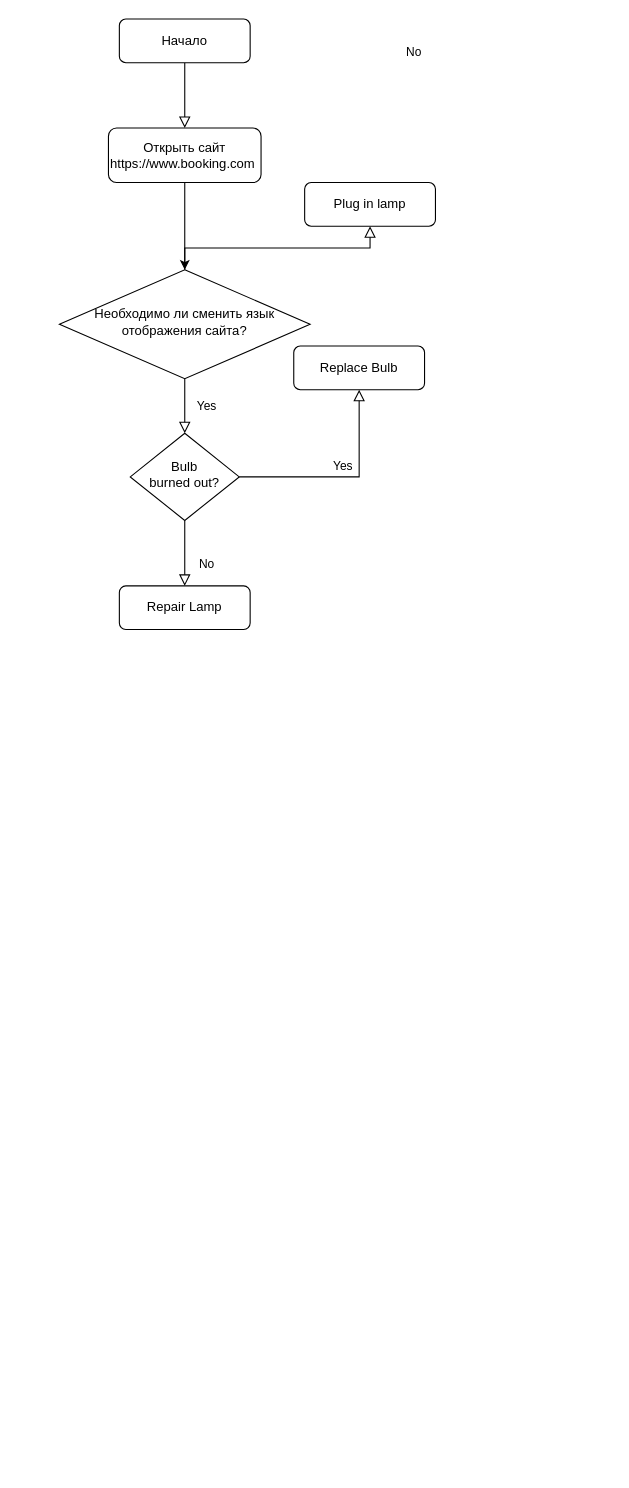
msaksanen/md-nd1-59-22-hw-dotnet-NemtsovML keeps this draw.io diagram as Untitled Diagram.drawio. Above is the earlier version. Source tidied: cells renumbered, new cells numbered last; positions are measured from the earlier drawing's top-left corner, leaving out a move shared by most shapes. Both pictures are drawn from the tidied source at 109%, with x=0, y=0 at pixel (59, 19).
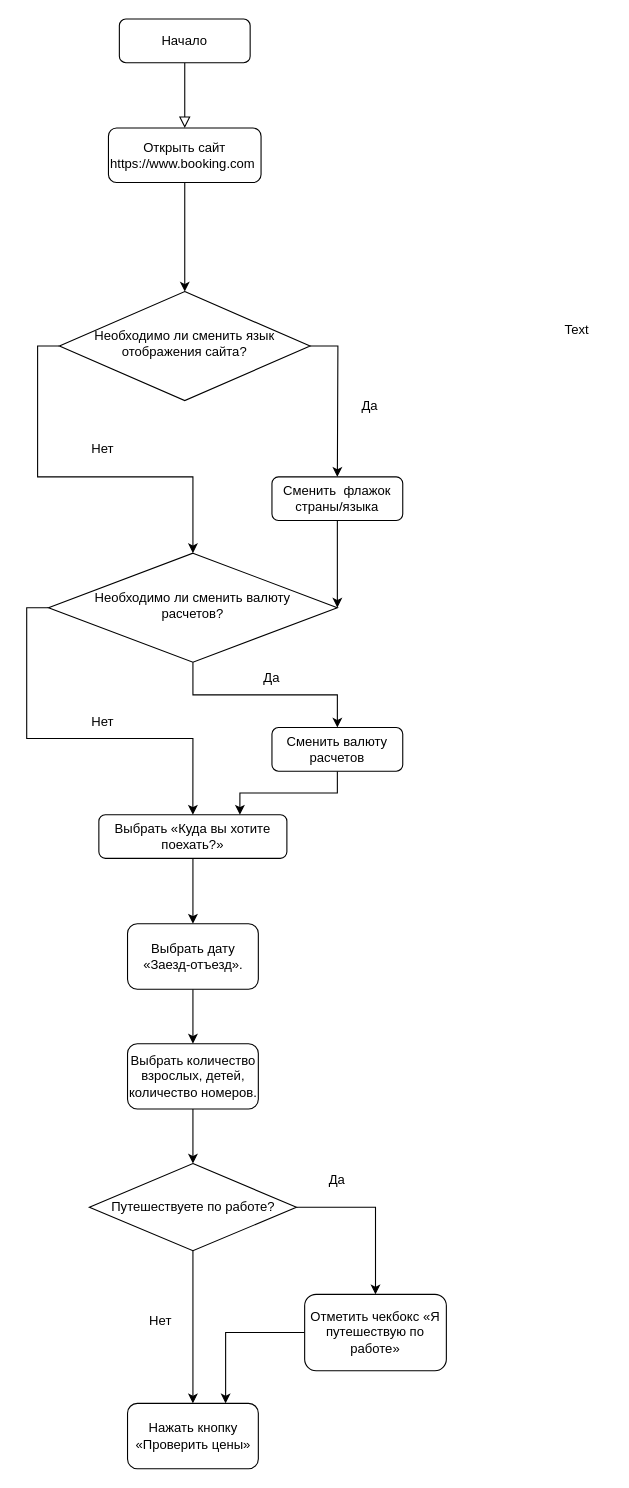
The same page after the edit.

The edit, as a diff of the source:
```diff
@@
+    <mxCell id="15" style="edgeStyle=orthogonalEdgeStyle;rounded=0;jettySize=auto;html=1;" parent="1" edge="1" source="6">
+      <mxGeometry relative="1" as="geometry">
+        <mxPoint x="255" y="420" as="targetPoint" />
+      </mxGeometry>
+    </mxCell>
-    <mxCell id="4" value="Yes" style="rounded=0;html=1;jettySize=auto;fontSize=11;endArrow=block;endFill=0;endSize=8;strokeWidth=1;shadow=0;labelBackgroundColor=none;edgeStyle=orthogonalEdgeStyle;" parent="1" edge="1" source="6" target="10">
-      <mxGeometry y="20" relative="1" as="geometry" />
+    <mxCell id="4" style="edgeStyle=orthogonalEdgeStyle;rounded=0;jettySize=auto;html=1;exitX=0;exitY=0.5;exitDx=0;exitDy=0;entryX=0.5;entryY=0;entryDx=0;entryDy=0;" parent="1" edge="1" source="6" target="10">
+      <mxGeometry relative="1" as="geometry" />
     </mxCell>
-    <mxCell id="5" value="No" style="edgeStyle=orthogonalEdgeStyle;rounded=0;html=1;jettySize=auto;fontSize=11;endArrow=block;endFill=0;endSize=8;strokeWidth=1;shadow=0;labelBackgroundColor=none;" parent="1" edge="1" source="6" target="7">
-      <mxGeometry x="1" y="-165" relative="1" as="geometry">
-        <mxPoint x="-125" y="-160" as="offset" />
-      </mxGeometry>
-    </mxCell>
     <mxCell id="6" value="Необходимо ли сменить язык отображения сайта?" style="rhombus;whiteSpace=wrap;html=1;shadow=0;fontFamily=Helvetica;fontSize=12;align=center;strokeWidth=1;spacing=6;spacingTop=-4;" parent="1" vertex="1">
-      <mxGeometry y="230" width="230" height="100" as="geometry" />
+      <mxGeometry y="250" width="230" height="100" as="geometry" />
     </mxCell>
+    <mxCell id="16" style="edgeStyle=orthogonalEdgeStyle;rounded=0;jettySize=auto;html=1;exitX=0.5;exitY=1;exitDx=0;exitDy=0;entryX=1;entryY=0.5;entryDx=0;entryDy=0;" parent="1" edge="1" source="7" target="10">
+      <mxGeometry relative="1" as="geometry">
+        <Array as="points">
+          <mxPoint x="255" y="490" />
+          <mxPoint x="255" y="490" />
+        </Array>
+      </mxGeometry>
+    </mxCell>
-    <mxCell id="7" value="Plug in lamp" style="rounded=1;whiteSpace=wrap;html=1;fontSize=12;glass=0;strokeWidth=1;shadow=0;" parent="1" vertex="1">
-      <mxGeometry x="225" y="150" width="120" height="40" as="geometry" />
+    <mxCell id="7" value="Сменить&amp;nbsp; флажок страны/языка" style="rounded=1;whiteSpace=wrap;html=1;fontSize=12;glass=0;strokeWidth=1;shadow=0;" parent="1" vertex="1">
+      <mxGeometry x="195" y="420" width="120" height="40" as="geometry" />
     </mxCell>
-    <mxCell id="8" value="No" style="rounded=0;html=1;jettySize=auto;fontSize=11;endArrow=block;endFill=0;endSize=8;strokeWidth=1;shadow=0;labelBackgroundColor=none;edgeStyle=orthogonalEdgeStyle;" parent="1" edge="1" source="10" target="11">
-      <mxGeometry x="0.33" y="20" relative="1" as="geometry" />
-    </mxCell>
-    <mxCell id="9" value="Yes" style="edgeStyle=orthogonalEdgeStyle;rounded=0;html=1;jettySize=auto;fontSize=11;endArrow=block;endFill=0;endSize=8;strokeWidth=1;shadow=0;labelBackgroundColor=none;" parent="1" edge="1" source="10" target="12">
-      <mxGeometry y="10" relative="1" as="geometry" />
+    <mxCell id="9" style="edgeStyle=orthogonalEdgeStyle;rounded=0;jettySize=auto;html=1;entryX=0.5;entryY=0;entryDx=0;entryDy=0;" parent="1" edge="1" source="10" target="12">
+      <mxGeometry relative="1" as="geometry" />
     </mxCell>
-    <mxCell id="10" value="Bulb&lt;br&gt;burned out?" style="rhombus;whiteSpace=wrap;html=1;shadow=0;fontFamily=Helvetica;fontSize=12;align=center;strokeWidth=1;spacing=6;spacingTop=-4;" parent="1" vertex="1">
-      <mxGeometry x="65" y="380" width="100" height="80" as="geometry" />
+    <mxCell id="10" value="Необходимо ли сменить валюту &lt;br&gt;расчетов?" style="rhombus;whiteSpace=wrap;html=1;shadow=0;fontFamily=Helvetica;fontSize=12;align=center;strokeWidth=1;spacing=6;spacingTop=-4;" parent="1" vertex="1">
+      <mxGeometry x="-10" y="490" width="265" height="100" as="geometry" />
     </mxCell>
+    <mxCell id="17" style="edgeStyle=orthogonalEdgeStyle;rounded=0;jettySize=auto;html=1;" parent="1" edge="1" source="11" target="25">
+      <mxGeometry relative="1" as="geometry" />
+    </mxCell>
-    <mxCell id="11" value="Repair Lamp" style="rounded=1;whiteSpace=wrap;html=1;fontSize=12;glass=0;strokeWidth=1;shadow=0;" parent="1" vertex="1">
-      <mxGeometry x="55" y="520" width="120" height="40" as="geometry" />
+    <mxCell id="11" value="Выбрать «Куда вы хотите поехать?»" style="rounded=1;whiteSpace=wrap;html=1;fontSize=12;glass=0;strokeWidth=1;shadow=0;" parent="1" vertex="1">
+      <mxGeometry x="36.2" y="730" width="172.5" height="40" as="geometry" />
     </mxCell>
+    <mxCell id="18" style="edgeStyle=orthogonalEdgeStyle;rounded=0;jettySize=auto;html=1;exitX=0.5;exitY=1;exitDx=0;exitDy=0;entryX=0.75;entryY=0;entryDx=0;entryDy=0;" parent="1" edge="1" source="12" target="11">
+      <mxGeometry relative="1" as="geometry" />
+    </mxCell>
-    <mxCell id="12" value="Replace Bulb" style="rounded=1;whiteSpace=wrap;html=1;fontSize=12;glass=0;strokeWidth=1;shadow=0;" parent="1" vertex="1">
-      <mxGeometry x="215" y="300" width="120" height="40" as="geometry" />
+    <mxCell id="12" value="Сменить валюту расчетов" style="rounded=1;whiteSpace=wrap;html=1;fontSize=12;glass=0;strokeWidth=1;shadow=0;" parent="1" vertex="1">
+      <mxGeometry x="195" y="650" width="120" height="40" as="geometry" />
     </mxCell>
@@
+    <mxCell id="19" value="Да" style="text;html=1;strokeColor=none;fillColor=none;align=center;verticalAlign=middle;whiteSpace=wrap;rounded=0;" parent="1" vertex="1">
+      <mxGeometry x="255" y="340" width="60" height="30" as="geometry" />
+    </mxCell>
+    <mxCell id="20" value="Text" style="text;html=1;strokeColor=none;fillColor=none;align=center;verticalAlign=middle;whiteSpace=wrap;rounded=0;" parent="1" vertex="1">
+      <mxGeometry x="445" y="270" width="60" height="30" as="geometry" />
+    </mxCell>
+    <mxCell id="21" value="Нет" style="text;html=1;strokeColor=none;fillColor=none;align=center;verticalAlign=middle;whiteSpace=wrap;rounded=0;" parent="1" vertex="1">
+      <mxGeometry x="10" y="380" width="60" height="30" as="geometry" />
+    </mxCell>
+    <mxCell id="22" value="Да" style="text;html=1;strokeColor=none;fillColor=none;align=center;verticalAlign=middle;whiteSpace=wrap;rounded=0;" parent="1" vertex="1">
+      <mxGeometry x="165" y="590" width="60" height="30" as="geometry" />
+    </mxCell>
+    <mxCell id="8" style="edgeStyle=orthogonalEdgeStyle;rounded=0;jettySize=auto;html=1;exitX=0;exitY=0.5;exitDx=0;exitDy=0;entryX=0.5;entryY=0;entryDx=0;entryDy=0;" parent="1" edge="1" source="10" target="11">
+      <mxGeometry relative="1" as="geometry" />
+    </mxCell>
+    <mxCell id="23" value="Нет" style="text;html=1;strokeColor=none;fillColor=none;align=center;verticalAlign=middle;whiteSpace=wrap;rounded=0;" parent="1" vertex="1">
+      <mxGeometry x="10" y="630" width="60" height="30" as="geometry" />
+    </mxCell>
+    <mxCell id="24" style="edgeStyle=orthogonalEdgeStyle;rounded=0;jettySize=auto;html=1;" parent="1" edge="1" source="25" target="27">
+      <mxGeometry relative="1" as="geometry" />
+    </mxCell>
+    <mxCell id="25" value="Выбрать дату «Заезд-отъезд»." style="rounded=1;whiteSpace=wrap;html=1;" parent="1" vertex="1">
+      <mxGeometry x="62.5" y="830" width="120" height="60" as="geometry" />
+    </mxCell>
+    <mxCell id="26" style="edgeStyle=orthogonalEdgeStyle;rounded=0;jettySize=auto;html=1;" parent="1" edge="1" source="27" target="30">
+      <mxGeometry relative="1" as="geometry" />
+    </mxCell>
+    <mxCell id="27" value="Выбрать количество взрослых, детей, количество номеров." style="rounded=1;whiteSpace=wrap;html=1;" parent="1" vertex="1">
+      <mxGeometry x="62.5" y="940" width="120" height="60" as="geometry" />
+    </mxCell>
+    <mxCell id="28" style="edgeStyle=orthogonalEdgeStyle;rounded=0;jettySize=auto;html=1;entryX=0.5;entryY=0;entryDx=0;entryDy=0;" parent="1" edge="1" source="30" target="32">
+      <mxGeometry relative="1" as="geometry" />
+    </mxCell>
+    <mxCell id="29" style="edgeStyle=orthogonalEdgeStyle;rounded=0;jettySize=auto;html=1;" parent="1" edge="1" source="30" target="34">
+      <mxGeometry relative="1" as="geometry" />
+    </mxCell>
+    <mxCell id="30" value="Путешествуете по работе?" style="rhombus;whiteSpace=wrap;html=1;" parent="1" vertex="1">
+      <mxGeometry x="27.5" y="1050" width="190" height="80" as="geometry" />
+    </mxCell>
+    <mxCell id="31" style="edgeStyle=orthogonalEdgeStyle;rounded=0;jettySize=auto;html=1;entryX=0.75;entryY=0;entryDx=0;entryDy=0;" parent="1" edge="1" source="32" target="34">
+      <mxGeometry relative="1" as="geometry" />
+    </mxCell>
+    <mxCell id="32" value="Отметить чекбокс «Я путешествую по работе»" style="rounded=1;whiteSpace=wrap;html=1;" parent="1" vertex="1">
+      <mxGeometry x="225" y="1170" width="130" height="70" as="geometry" />
+    </mxCell>
+    <mxCell id="33" value="Да" style="text;html=1;strokeColor=none;fillColor=none;align=center;verticalAlign=middle;whiteSpace=wrap;rounded=0;" parent="1" vertex="1">
+      <mxGeometry x="225" y="1050" width="60" height="30" as="geometry" />
+    </mxCell>
+    <mxCell id="34" value="Нажать кнопку «Проверить цены»" style="rounded=1;whiteSpace=wrap;html=1;" parent="1" vertex="1">
+      <mxGeometry x="62.5" y="1270" width="120" height="60" as="geometry" />
+    </mxCell>
+    <mxCell id="35" value="Нет" style="text;html=1;strokeColor=none;fillColor=none;align=center;verticalAlign=middle;whiteSpace=wrap;rounded=0;" parent="1" vertex="1">
+      <mxGeometry x="62.5" y="1180" width="60" height="30" as="geometry" />
+    </mxCell>
```
